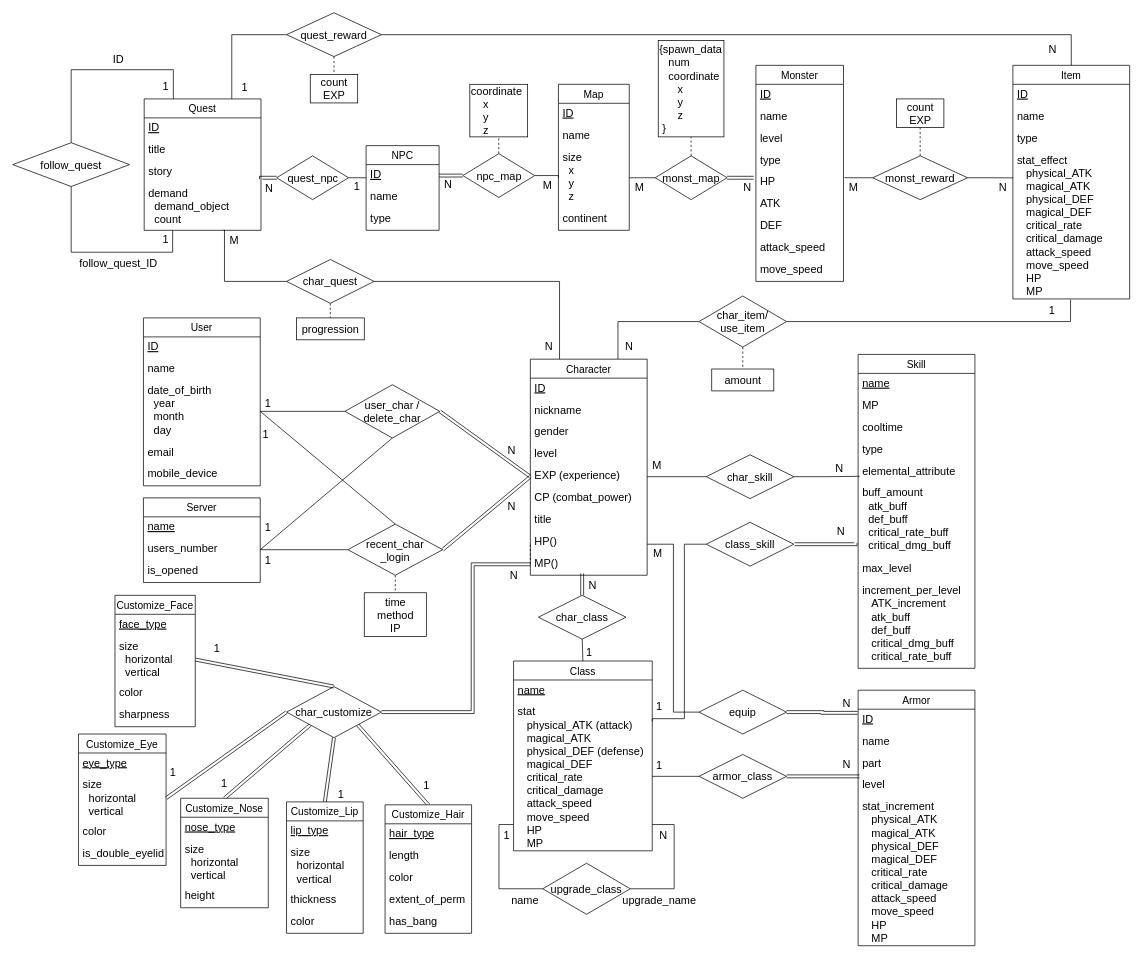
gpdls8370/DB_Report keeps this draw.io diagram as MMORPG.drawio. Above is the earlier version. Source tidied: cells renumbered, new cells numbered last; positions are measured from the earlier drawing's top-left corner, leaving out a move shared by most shapes. Both pictures are drawn from the tidied source at 73%, with x=0, y=0 at pixel (12, 12).
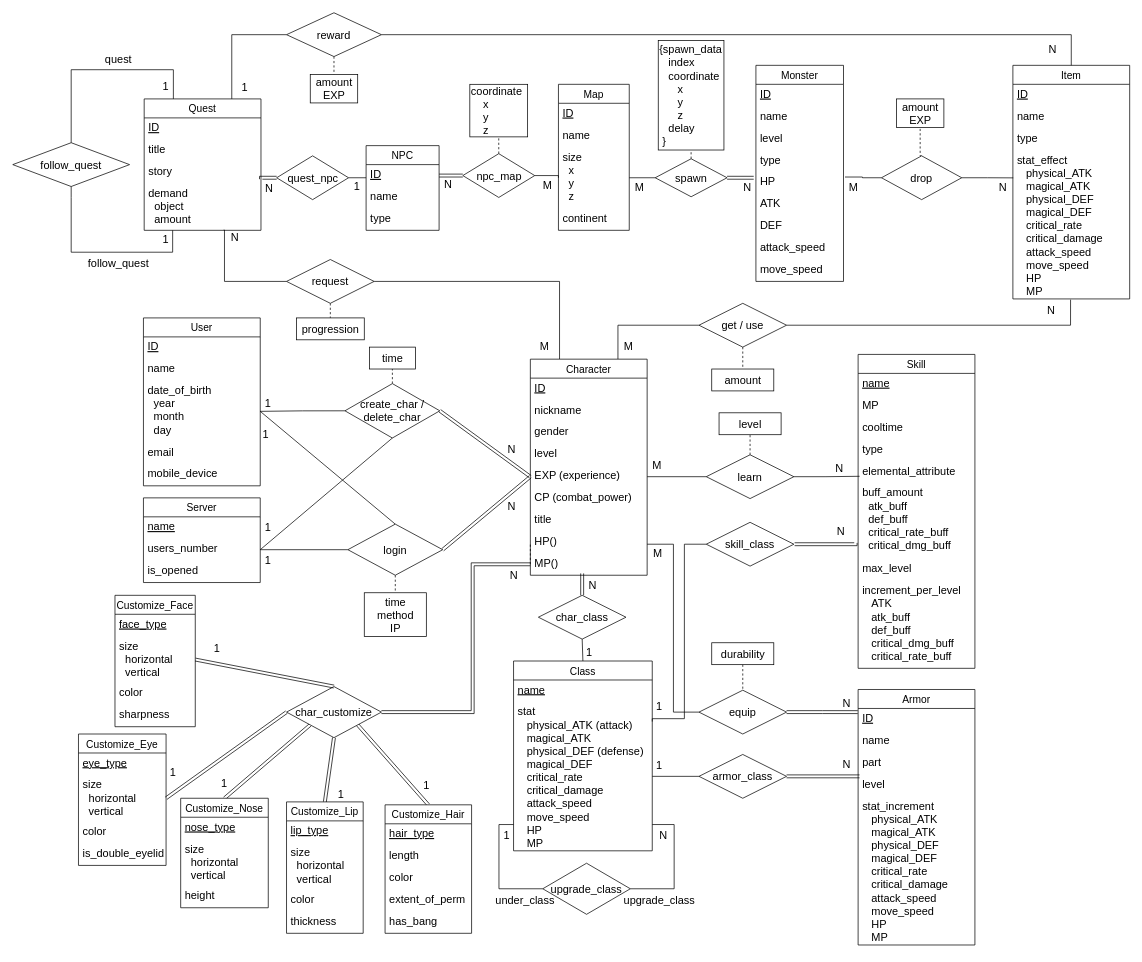
The same page after the edit.

The change refers to these unchanged cells:
```xml
<mxCell id="2" value="Skill" style="swimlane;fontStyle=0;horizontal=1;startSize=26;align=center;fontSize=14;" parent="1" vertex="1">
  <mxGeometry x="1158" y="468" width="160" height="430" as="geometry" />
</mxCell>
<mxCell id="12" value="ID" style="text;strokeColor=none;fillColor=none;spacingLeft=5;spacingRight=4;overflow=hidden;points=[[0,0.5],[1,0.5]];portConstraint=eastwest;fontSize=15;spacing=1;spacingBottom=-1;spacingTop=-1;fontStyle=4;" parent="11" vertex="1">
  <mxGeometry y="26" width="160" height="30" as="geometry" />
</mxCell>
<mxCell id="22" value="equip" style="shape=rhombus;perimeter=rhombusPerimeter;whiteSpace=wrap;html=1;align=center;fontSize=15;" parent="1" vertex="1">
  <mxGeometry x="940" y="928" width="120" height="60" as="geometry" />
</mxCell>
<mxCell id="55" style="group;" parent="1" vertex="1">
  <mxGeometry x="110" y="18" width="278" height="280" as="geometry" />
</mxCell>
<mxCell id="56" value="Quest" style="swimlane;fontStyle=0;horizontal=1;startSize=26;align=center;fontSize=14;" parent="55" vertex="1">
  <mxGeometry x="70" y="100" width="160" height="180" as="geometry" />
</mxCell>
<mxCell id="170" style="group;" parent="1" vertex="1">
  <mxGeometry x="666" y="888" width="260" height="370" as="geometry" />
</mxCell>
<mxCell id="190" value="Customize_Lip" style="swimlane;fontStyle=0;horizontal=1;startSize=26;align=center;fontSize=14;" parent="1" vertex="1">
  <mxGeometry x="375" y="1081" width="105" height="180" as="geometry" />
</mxCell>
```

Change to the diagram source:
```diff
@@
-    <mxCell id="10" value="increment_per_level&#10;   ATK_increment&#10;   atk_buff&#10;   def_buff&#10;   critical_dmg_buff&#10;   critical_rate_buff&#10;" style="text;strokeColor=none;fillColor=none;spacingLeft=5;spacingRight=4;overflow=hidden;fontSize=15;spacing=1;spacingBottom=-1;spacingTop=-1;" parent="2" vertex="1">
+    <mxCell id="10" value="increment_per_level&#10;   ATK&#10;   atk_buff&#10;   def_buff&#10;   critical_dmg_buff&#10;   critical_rate_buff&#10;" style="text;strokeColor=none;fillColor=none;spacingLeft=5;spacingRight=4;overflow=hidden;fontSize=15;spacing=1;spacingBottom=-1;spacingTop=-1;" parent="2" vertex="1">
       <mxGeometry y="310" width="160" height="120" as="geometry" />
     </mxCell>
     <mxCell id="11" value="Armor" style="swimlane;fontStyle=0;horizontal=1;startSize=26;align=center;fontSize=14;" parent="1" vertex="1">
-      <mxGeometry x="1158" y="928" width="160" height="350" as="geometry" />
+      <mxGeometry x="1158" y="927" width="160" height="350" as="geometry" />
     </mxCell>
@@
     <mxCell id="21" style="edgeStyle=orthogonalEdgeStyle;rounded=0;jettySize=auto;html=1;exitX=1;exitY=0.5;exitDx=0;exitDy=0;entryX=-0.003;entryY=0.167;entryDx=0;entryDy=0;entryPerimeter=0;fontSize=15;endArrow=none;endFill=0;shape=link;" parent="1" edge="1" source="22" target="12">
-      <mxGeometry relative="1" as="geometry" />
+      <mxGeometry relative="1" as="geometry">
+        <Array as="points">
+          <mxPoint x="1109" y="958" />
+        </Array>
+      </mxGeometry>
     </mxCell>
@@
+    <mxCell id="213" style="edgeStyle=orthogonalEdgeStyle;rounded=0;jettySize=auto;html=1;exitX=0.5;exitY=0;exitDx=0;exitDy=0;entryX=0.5;entryY=1;entryDx=0;entryDy=0;dashed=1;endArrow=none;endFill=0;" parent="1" edge="1" source="27" target="215">
+      <mxGeometry relative="1" as="geometry" />
+    </mxCell>
-    <mxCell id="27" value="char_skill" style="shape=rhombus;perimeter=rhombusPerimeter;whiteSpace=wrap;html=1;align=center;fontSize=15;" parent="1" vertex="1">
+    <mxCell id="27" value="learn" style="shape=rhombus;perimeter=rhombusPerimeter;whiteSpace=wrap;html=1;align=center;fontSize=15;" parent="1" vertex="1">
       <mxGeometry x="950" y="605.5" width="120" height="60" as="geometry" />
     </mxCell>
@@
-    <mxCell id="34" value="class_skill" style="shape=rhombus;perimeter=rhombusPerimeter;whiteSpace=wrap;html=1;align=center;fontSize=15;" parent="1" vertex="1">
+    <mxCell id="34" value="skill_class" style="shape=rhombus;perimeter=rhombusPerimeter;whiteSpace=wrap;html=1;align=center;fontSize=15;" parent="1" vertex="1">
       <mxGeometry x="950" y="698" width="120" height="60" as="geometry" />
     </mxCell>
@@
-    <mxCell id="60" value="demand&#10;  demand_object&#10;  count" style="text;strokeColor=none;fillColor=none;spacingLeft=5;spacingRight=4;overflow=hidden;points=[[0,0.5],[1,0.5]];portConstraint=eastwest;fontSize=15;spacing=1;spacingBottom=-1;spacingTop=-1;" parent="56" vertex="1">
+    <mxCell id="60" value="demand&#10;  object&#10;  amount" style="text;strokeColor=none;fillColor=none;spacingLeft=5;spacingRight=4;overflow=hidden;points=[[0,0.5],[1,0.5]];portConstraint=eastwest;fontSize=15;spacing=1;spacingBottom=-1;spacingTop=-1;" parent="56" vertex="1">
       <mxGeometry y="116" width="160" height="64" as="geometry" />
     </mxCell>
@@
-    <mxCell id="63" value="ID" style="text;html=1;strokeColor=none;fillColor=none;align=center;verticalAlign=middle;whiteSpace=wrap;rounded=0;fontSize=15;" parent="55" vertex="1">
+    <mxCell id="63" value="quest" style="text;html=1;strokeColor=none;fillColor=none;align=center;verticalAlign=middle;whiteSpace=wrap;rounded=0;fontSize=15;" parent="55" vertex="1">
       <mxGeometry y="30" width="70" height="30" as="geometry" />
     </mxCell>
@@
-    <mxCell id="67" value="char_quest" style="shape=rhombus;perimeter=rhombusPerimeter;whiteSpace=wrap;html=1;align=center;fontSize=15;" parent="1" vertex="1">
+    <mxCell id="67" value="request" style="shape=rhombus;perimeter=rhombusPerimeter;whiteSpace=wrap;html=1;align=center;fontSize=15;" parent="1" vertex="1">
       <mxGeometry x="375" y="338" width="120" height="60" as="geometry" />
     </mxCell>
@@
     <mxCell id="70" value="M" style="html=1;align=right;verticalAlign=bottom;fontSize=15;" parent="1" vertex="1">
-      <mxGeometry x="310" y="322" as="geometry" />
+      <mxGeometry x="735" y="468" as="geometry" />
     </mxCell>
@@
-    <mxCell id="82" value="char_item/&lt;br&gt;use_item" style="shape=rhombus;perimeter=rhombusPerimeter;whiteSpace=wrap;html=1;align=center;fontSize=15;" parent="1" vertex="1">
-      <mxGeometry x="940" y="388" width="120" height="70" as="geometry" />
+    <mxCell id="82" value="get / use" style="shape=rhombus;perimeter=rhombusPerimeter;whiteSpace=wrap;html=1;align=center;fontSize=15;" parent="1" vertex="1">
+      <mxGeometry x="940" y="398" width="120" height="60" as="geometry" />
     </mxCell>
@@
-    <mxCell id="85" value="1" style="html=1;align=right;verticalAlign=bottom;fontSize=15;" parent="1" vertex="1">
+    <mxCell id="85" value="N" style="html=1;align=right;verticalAlign=bottom;fontSize=15;" parent="1" vertex="1">
       <mxGeometry x="1424" y="425" as="geometry">
         <mxPoint x="4" y="-7" as="offset" />
       </mxGeometry>
     </mxCell>
-    <mxCell id="86" value="N" style="html=1;align=right;verticalAlign=bottom;fontSize=15;" parent="1" vertex="1">
+    <mxCell id="86" value="M" style="html=1;align=right;verticalAlign=bottom;fontSize=15;" parent="1" vertex="1">
       <mxGeometry x="850" y="468" as="geometry" />
     </mxCell>
@@
-    <mxCell id="90" value="quest_reward" style="shape=rhombus;perimeter=rhombusPerimeter;whiteSpace=wrap;html=1;align=center;fontSize=15;" parent="1" vertex="1">
+    <mxCell id="90" value="reward" style="shape=rhombus;perimeter=rhombusPerimeter;whiteSpace=wrap;html=1;align=center;fontSize=15;" parent="1" vertex="1">
       <mxGeometry x="375" width="130" height="60" as="geometry" />
     </mxCell>
-    <mxCell id="91" value="count&lt;br&gt;EXP" style="whiteSpace=wrap;html=1;align=center;fontSize=15;" parent="1" vertex="1">
+    <mxCell id="91" value="amount&lt;br&gt;EXP" style="whiteSpace=wrap;html=1;align=center;fontSize=15;" parent="1" vertex="1">
       <mxGeometry x="407.5" y="84.5" width="65" height="39" as="geometry" />
     </mxCell>
@@
-    <mxCell id="97" value="follow_quest_ID" style="text;html=1;strokeColor=none;fillColor=none;align=center;verticalAlign=middle;whiteSpace=wrap;rounded=0;fontSize=15;" parent="1" vertex="1">
+    <mxCell id="97" value="follow_quest" style="text;html=1;strokeColor=none;fillColor=none;align=center;verticalAlign=middle;whiteSpace=wrap;rounded=0;fontSize=15;" parent="1" vertex="1">
       <mxGeometry x="110" y="328" width="70" height="30" as="geometry" />
     </mxCell>
@@
-    <mxCell id="101" value="monst_reward" style="shape=rhombus;perimeter=rhombusPerimeter;whiteSpace=wrap;html=1;align=center;fontSize=15;" parent="1" vertex="1">
-      <mxGeometry x="1178" y="196" width="130" height="60" as="geometry" />
+    <mxCell id="101" value="drop" style="shape=rhombus;perimeter=rhombusPerimeter;whiteSpace=wrap;html=1;align=center;fontSize=15;" parent="1" vertex="1">
+      <mxGeometry x="1190" y="196" width="110" height="60" as="geometry" />
     </mxCell>
@@
-    <mxCell id="107" value="monst_map" style="shape=rhombus;perimeter=rhombusPerimeter;whiteSpace=wrap;html=1;align=center;fontSize=15;" parent="1" vertex="1">
-      <mxGeometry x="880" y="196" width="98.5" height="60" as="geometry" />
+    <mxCell id="107" value="spawn" style="shape=rhombus;perimeter=rhombusPerimeter;whiteSpace=wrap;html=1;align=center;fontSize=15;" parent="1" vertex="1">
+      <mxGeometry x="880" y="200" width="98.5" height="52" as="geometry" />
     </mxCell>
@@
-    <mxCell id="114" value="{spawn_data&lt;br&gt;&amp;nbsp; &amp;nbsp;num&lt;br&gt;&amp;nbsp; &amp;nbsp;coordinate&lt;br&gt;&amp;nbsp; &amp;nbsp; &amp;nbsp; x&lt;br&gt;&amp;nbsp; &amp;nbsp; &amp;nbsp; y&lt;br&gt;&amp;nbsp; &amp;nbsp; &amp;nbsp; z&lt;br&gt;&amp;nbsp;}" style="whiteSpace=wrap;html=1;align=left;fontSize=15;" parent="1" vertex="1">
-      <mxGeometry x="884.2" y="38" width="90" height="132" as="geometry" />
+    <mxCell id="114" value="{spawn_data&lt;br&gt;&amp;nbsp; &amp;nbsp;index&lt;br&gt;&amp;nbsp; &amp;nbsp;coordinate&lt;br&gt;&amp;nbsp; &amp;nbsp; &amp;nbsp; x&lt;br&gt;&amp;nbsp; &amp;nbsp; &amp;nbsp; y&lt;br&gt;&amp;nbsp; &amp;nbsp; &amp;nbsp; z&lt;br&gt;&amp;nbsp; &amp;nbsp;delay&lt;br&gt;&amp;nbsp;}" style="whiteSpace=wrap;html=1;align=left;fontSize=15;" parent="1" vertex="1">
+      <mxGeometry x="884.2" y="38" width="90" height="150" as="geometry" />
     </mxCell>
-    <mxCell id="115" value="count&lt;br&gt;EXP" style="whiteSpace=wrap;html=1;align=center;fontSize=15;" parent="1" vertex="1">
+    <mxCell id="115" value="amount&lt;br&gt;EXP" style="whiteSpace=wrap;html=1;align=center;fontSize=15;" parent="1" vertex="1">
       <mxGeometry x="1210.5" y="118" width="65" height="39" as="geometry" />
     </mxCell>
@@
+    <mxCell id="214" style="edgeStyle=orthogonalEdgeStyle;rounded=0;jettySize=auto;html=1;exitX=0.5;exitY=0;exitDx=0;exitDy=0;entryX=0.5;entryY=1;entryDx=0;entryDy=0;dashed=1;endArrow=none;endFill=0;" parent="1" edge="1" source="151" target="218">
+      <mxGeometry relative="1" as="geometry" />
+    </mxCell>
-    <mxCell id="151" value="user_char /&lt;br&gt;delete_char" style="shape=rhombus;perimeter=rhombusPerimeter;whiteSpace=wrap;html=1;align=center;fontSize=15;" parent="1" vertex="1">
-      <mxGeometry x="455" y="509.5" width="130" height="73" as="geometry" />
+    <mxCell id="151" value="create_char /&lt;br&gt;delete_char" style="shape=rhombus;perimeter=rhombusPerimeter;whiteSpace=wrap;html=1;align=center;fontSize=15;" parent="1" vertex="1">
+      <mxGeometry x="455" y="508" width="130" height="74.5" as="geometry" />
     </mxCell>
@@
-    <mxCell id="157" value="recent_char&lt;br&gt;_login" style="shape=rhombus;perimeter=rhombusPerimeter;whiteSpace=wrap;html=1;align=center;fontSize=15;" parent="1" vertex="1">
+    <mxCell id="157" value="login" style="shape=rhombus;perimeter=rhombusPerimeter;whiteSpace=wrap;html=1;align=center;fontSize=15;" parent="1" vertex="1">
       <mxGeometry x="459" y="700.5" width="130" height="70" as="geometry" />
     </mxCell>
@@
     <mxCell id="169" value="N" style="html=1;align=right;verticalAlign=bottom;fontSize=15;" parent="1" vertex="1">
-      <mxGeometry x="740" y="468" as="geometry" />
+      <mxGeometry x="310" y="318" as="geometry" />
     </mxCell>
@@
-    <mxCell id="177" value="name" style="text;html=1;strokeColor=none;fillColor=none;align=center;verticalAlign=middle;whiteSpace=wrap;rounded=0;fontSize=15;" parent="170" vertex="1">
+    <mxCell id="177" value="under_class" style="text;html=1;strokeColor=none;fillColor=none;align=center;verticalAlign=middle;whiteSpace=wrap;rounded=0;fontSize=15;" parent="170" vertex="1">
       <mxGeometry x="6" y="312" width="60" height="30" as="geometry" />
     </mxCell>
-    <mxCell id="178" value="upgrade_name" style="text;html=1;strokeColor=none;fillColor=none;align=center;verticalAlign=middle;whiteSpace=wrap;rounded=0;fontSize=15;" parent="170" vertex="1">
+    <mxCell id="178" value="upgrade_class" style="text;html=1;strokeColor=none;fillColor=none;align=center;verticalAlign=middle;whiteSpace=wrap;rounded=0;fontSize=15;" parent="170" vertex="1">
       <mxGeometry x="190" y="312" width="60" height="30" as="geometry" />
     </mxCell>
@@
+    <mxCell id="194" value="color" style="text;strokeColor=none;fillColor=none;spacingLeft=5;spacingRight=4;overflow=hidden;fontSize=15;spacing=1;spacingBottom=-1;spacingTop=-1;" parent="190" vertex="1">
+      <mxGeometry y="120" width="105" height="30" as="geometry" />
+    </mxCell>
     <mxCell id="193" value="thickness" style="text;strokeColor=none;fillColor=none;spacingLeft=5;spacingRight=4;overflow=hidden;fontSize=15;spacing=1;spacingBottom=-1;spacingTop=-1;" parent="190" vertex="1">
-      <mxGeometry y="120" width="105" height="30" as="geometry" />
+      <mxGeometry y="150" width="105" height="30" as="geometry" />
     </mxCell>
-    <mxCell id="194" value="color" style="text;strokeColor=none;fillColor=none;spacingLeft=5;spacingRight=4;overflow=hidden;fontSize=15;spacing=1;spacingBottom=-1;spacingTop=-1;" parent="190" vertex="1">
-      <mxGeometry y="150" width="105" height="30" as="geometry" />
-    </mxCell>
@@
+    <mxCell id="215" value="level" style="whiteSpace=wrap;html=1;align=center;fontSize=15;" parent="1" vertex="1">
+      <mxGeometry x="967.5" y="548" width="85" height="30" as="geometry" />
+    </mxCell>
+    <mxCell id="216" style="edgeStyle=orthogonalEdgeStyle;rounded=0;jettySize=auto;html=1;exitX=0.5;exitY=1;exitDx=0;exitDy=0;entryX=0.5;entryY=0;entryDx=0;entryDy=0;dashed=1;endArrow=none;endFill=0;" parent="1" edge="1" source="217" target="22">
+      <mxGeometry relative="1" as="geometry" />
+    </mxCell>
+    <mxCell id="217" value="durability" style="whiteSpace=wrap;html=1;align=center;fontSize=15;" parent="1" vertex="1">
+      <mxGeometry x="957.5" y="863" width="85" height="30" as="geometry" />
+    </mxCell>
+    <mxCell id="218" value="time" style="whiteSpace=wrap;html=1;align=center;fontSize=15;" parent="1" vertex="1">
+      <mxGeometry x="488.5" y="458" width="63" height="30" as="geometry" />
+    </mxCell>
```
